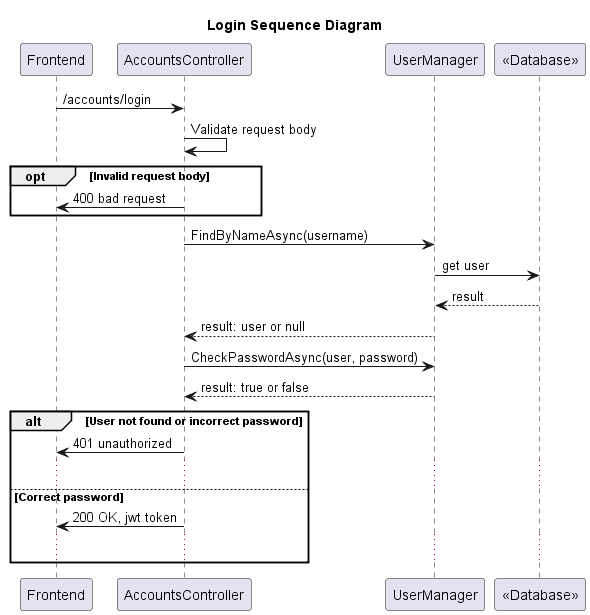
This is diagrams/out/backend/loginSequence/loginSequence.png from a-chiha/FinanceTrackerBackend, a PlantUML export, as it was before one commit. Source of this version:
```plantuml
@startuml
title Login Sequence Diagram
participant "Frontend" as Frontend
participant "AccountsController" as AccountsController
participant "UserManager" as UserManager
participant "<<Database>>" as Database

Frontend -> AccountsController: /accounts/login
AccountsController -> AccountsController: Validate request body
opt Invalid request body
AccountsController -> Frontend: 400 bad request
end
AccountsController -> UserManager: FindByNameAsync(username)
UserManager -> Database: get user
Database --> UserManager: result
UserManager --> AccountsController: result: user or null

AccountsController -> UserManager: CheckPasswordAsync(user, password)
UserManager --> AccountsController: result: true or false

alt User not found or incorrect password

AccountsController -> Frontend: 401 unauthorized
...
else Correct password

AccountsController -> Frontend: 200 OK, jwt token
...
end



@enduml
```
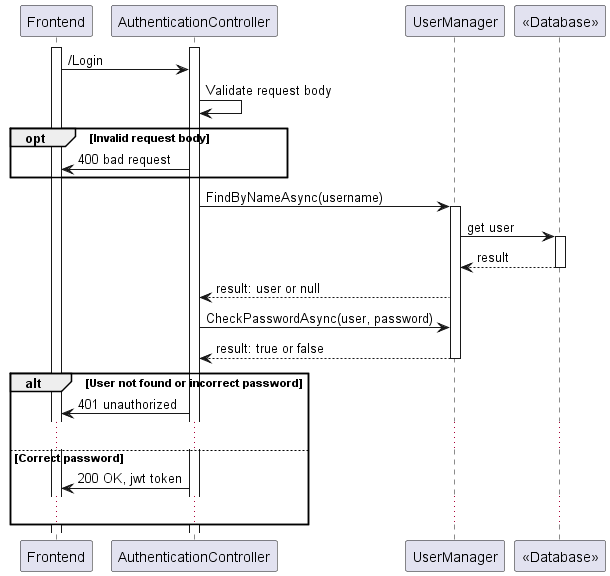
After the change.

Diff of the diagram source:
```diff
@@ -1,23 +1,27 @@
 @startuml
-title Login Sequence Diagram
 participant "Frontend" as Frontend
-participant "AccountsController" as AccountsController
+participant "AuthenticationController" as AccountsController
 participant "UserManager" as UserManager
 participant "<<Database>>" as Database
 
-Frontend -> AccountsController: /accounts/login
+activate Frontend
+activate AccountsController
+Frontend -> AccountsController: /Login
 AccountsController -> AccountsController: Validate request body
 opt Invalid request body
 AccountsController -> Frontend: 400 bad request
 end
 AccountsController -> UserManager: FindByNameAsync(username)
+activate UserManager
 UserManager -> Database: get user
+activate Database
 Database --> UserManager: result
+deactivate Database
 UserManager --> AccountsController: result: user or null
 
 AccountsController -> UserManager: CheckPasswordAsync(user, password)
 UserManager --> AccountsController: result: true or false
-
+deactivate UserManager
 alt User not found or incorrect password
 
 AccountsController -> Frontend: 401 unauthorized
```
